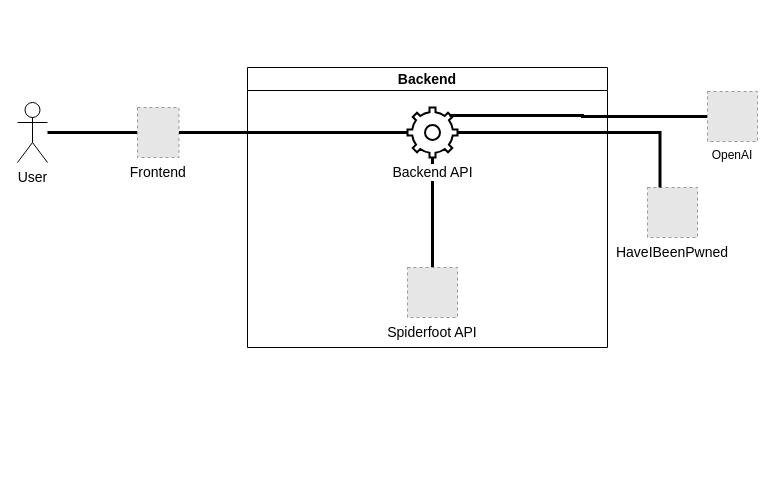
Earlier version of the draw.io diagram documentation/images/Structure.drawio (c-jaenicke/project-aopse). Source tidied: cells renumbered, new cells numbered last; positions are measured from the earlier drawing's top-left corner, leaving out a move shared by most shapes. Both pictures are drawn from the tidied source at 100%, with x=0, y=0 at pixel (17, 67). Pictures stored in the file or linked from it are replaced by grey dashed boxes.
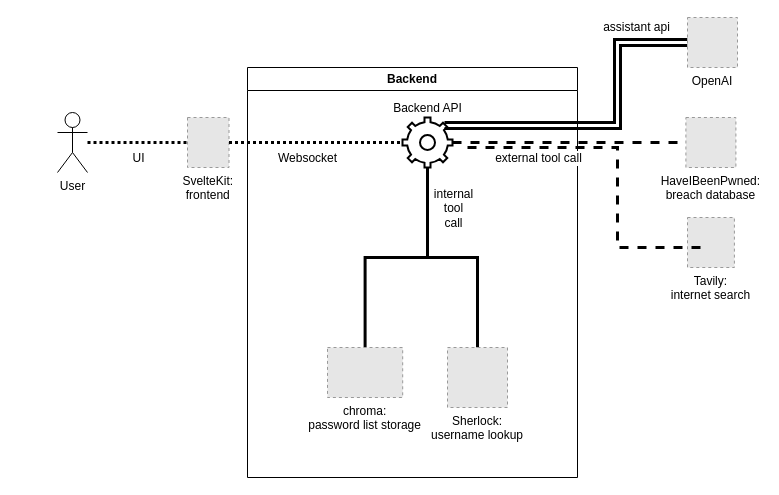
The same page after the edit.

Change to the diagram source:
```diff
@@
-    <mxCell id="2" style="edgeStyle=orthogonalEdgeStyle;rounded=0;jettySize=auto;html=1;entryX=0;entryY=0.5;entryDx=0;entryDy=0;fontSize=14;strokeWidth=3;endArrow=none;endFill=0;" parent="1" edge="1" source="3" target="9">
+    <mxCell id="2" style="edgeStyle=orthogonalEdgeStyle;rounded=0;jettySize=auto;html=1;entryX=0;entryY=0.5;entryDx=0;entryDy=0;fontSize=12;strokeWidth=3;endArrow=none;endFill=0;dashed=1;dashPattern=1 1;" parent="1" edge="1" source="3" target="9">
       <mxGeometry relative="1" as="geometry" />
     </mxCell>
+    <mxCell id="14" value="UI" style="edgeLabel;html=1;align=center;verticalAlign=middle;fontSize=12;" parent="2" vertex="1">
+      <mxGeometry x="-0.32" y="-2" relative="1" as="geometry">
+        <mxPoint x="16" y="13" as="offset" />
+      </mxGeometry>
+    </mxCell>
-    <mxCell id="3" value="User" style="shape=umlActor;verticalLabelPosition=bottom;verticalAlign=top;html=1;outlineConnect=0;fontSize=14;" parent="1" vertex="1">
-      <mxGeometry y="35" width="30" height="60" as="geometry" />
+    <mxCell id="3" value="User" style="shape=umlActor;verticalLabelPosition=bottom;verticalAlign=top;html=1;outlineConnect=0;fontSize=12;" parent="1" vertex="1">
+      <mxGeometry x="40" y="45" width="30" height="60" as="geometry" />
     </mxCell>
-    <mxCell id="4" value="Backend" style="swimlane;whiteSpace=wrap;html=1;fontSize=14;" parent="1" vertex="1">
-      <mxGeometry x="230" width="360" height="280" as="geometry" />
+    <mxCell id="4" value="Backend" style="swimlane;whiteSpace=wrap;html=1;fontSize=12;" parent="1" vertex="1">
+      <mxGeometry x="230" width="330" height="410" as="geometry" />
     </mxCell>
-    <mxCell id="5" style="edgeStyle=orthogonalEdgeStyle;rounded=0;jettySize=auto;html=1;exitX=0.5;exitY=1;exitDx=0;exitDy=0;exitPerimeter=0;entryX=0.5;entryY=0;entryDx=0;entryDy=0;fontSize=14;strokeWidth=3;endArrow=none;endFill=0;" parent="4" edge="1" source="6" target="7">
-      <mxGeometry relative="1" as="geometry" />
-    </mxCell>
+    <mxCell id="15" style="edgeStyle=orthogonalEdgeStyle;rounded=0;jettySize=auto;html=1;exitX=0.5;exitY=1;exitDx=0;exitDy=0;exitPerimeter=0;entryX=0.5;entryY=0;entryDx=0;entryDy=0;strokeWidth=3;endArrow=none;endFill=0;fontSize=12;" parent="4" edge="1" source="6" target="18">
+      <mxGeometry relative="1" as="geometry" />
+    </mxCell>
+    <mxCell id="16" style="edgeStyle=orthogonalEdgeStyle;rounded=0;jettySize=auto;html=1;exitX=0.5;exitY=1;exitDx=0;exitDy=0;exitPerimeter=0;entryX=0.5;entryY=0;entryDx=0;entryDy=0;strokeWidth=3;endArrow=none;endFill=0;fontSize=12;" parent="4" edge="1" source="6" target="19">
+      <mxGeometry relative="1" as="geometry" />
+    </mxCell>
+    <mxCell id="17" value="internal&lt;div style=&quot;font-size: 12px;&quot;&gt;tool&lt;/div&gt;&lt;div style=&quot;font-size: 12px;&quot;&gt;call&lt;/div&gt;" style="edgeLabel;html=1;align=center;verticalAlign=middle;fontSize=12;" parent="16" vertex="1">
+      <mxGeometry x="-0.75" y="3" relative="1" as="geometry">
+        <mxPoint x="22" y="10" as="offset" />
+      </mxGeometry>
+    </mxCell>
-    <mxCell id="6" value="Backend API" style="html=1;verticalLabelPosition=bottom;align=center;labelBackgroundColor=#ffffff;verticalAlign=top;strokeWidth=2;shadow=0;dashed=0;shape=mxgraph.ios7.icons.settings;points=[[0,0.5,0,0,0],[0.12,0.16,0,0,0],[0.12,0.84,0,0,0],[0.5,0,0,0,0],[0.5,1,0,0,0],[0.84,0.16,0,0,0],[0.88,0.88,0,0,0],[1,0.5,0,0,0]];fontSize=14;" parent="4" vertex="1">
-      <mxGeometry x="160" y="40" width="50" height="50" as="geometry" />
+    <mxCell id="6" value="Backend API" style="html=1;verticalLabelPosition=top;align=center;labelBackgroundColor=#ffffff;verticalAlign=bottom;strokeWidth=2;shadow=0;dashed=0;shape=mxgraph.ios7.icons.settings;points=[[0,0.5,0,0,0],[0.12,0.16,0,0,0],[0.12,0.84,0,0,0],[0.5,0,0,0,0],[0.5,1,0,0,0],[0.84,0.16,0,0,0],[0.88,0.88,0,0,0],[1,0.5,0,0,0]];fontSize=12;labelPosition=center;" parent="4" vertex="1">
+      <mxGeometry x="155" y="50" width="50" height="50" as="geometry" />
     </mxCell>
-    <mxCell id="7" value="Spiderfoot API" style="fillColor=#E6E6E6;strokeColor=#999999;dashed=1;verticalLabelPosition=bottom;labelBackgroundColor=default;verticalAlign=top;fontSize=14;" parent="4" vertex="1">
-      <mxGeometry x="160" y="200" width="50" height="50" as="geometry" />
-    </mxCell>
+    <mxCell id="18" value="Sherlock:&#10;username lookup" style="fillColor=#E6E6E6;strokeColor=#999999;dashed=1;verticalLabelPosition=bottom;labelBackgroundColor=default;verticalAlign=top;fontSize=12;" parent="4" vertex="1">
+      <mxGeometry x="200" y="280" width="60" height="60" as="geometry" />
+    </mxCell>
+    <mxCell id="19" value="chroma:&#10;password list storage" style="fillColor=#E6E6E6;strokeColor=#999999;dashed=1;verticalLabelPosition=bottom;labelBackgroundColor=default;verticalAlign=top;fontSize=12;" parent="4" vertex="1">
+      <mxGeometry x="80" y="280" width="75.2" height="50" as="geometry" />
+    </mxCell>
-    <mxCell id="8" value="HaveIBeenPwned" style="fillColor=#E6E6E6;strokeColor=#999999;dashed=1;verticalLabelPosition=bottom;labelBackgroundColor=default;verticalAlign=top;fontSize=14;" parent="1" vertex="1">
-      <mxGeometry x="630" y="120" width="50" height="50" as="geometry" />
+    <mxCell id="8" value="HaveIBeenPwned:&#10;breach database" style="fillColor=#E6E6E6;strokeColor=#999999;dashed=1;verticalLabelPosition=bottom;labelBackgroundColor=default;verticalAlign=top;fontSize=12;" parent="1" vertex="1">
+      <mxGeometry x="668.4" y="50" width="50" height="50" as="geometry" />
     </mxCell>
-    <mxCell id="9" value="Frontend" style="fillColor=#E6E6E6;strokeColor=#999999;dashed=1;verticalLabelPosition=bottom;labelBackgroundColor=default;verticalAlign=top;fontSize=14;" parent="1" vertex="1">
-      <mxGeometry x="120" y="40" width="41.5" height="50" as="geometry" />
+    <mxCell id="9" value="SvelteKit:&#10;frontend" style="fillColor=#E6E6E6;strokeColor=#999999;dashed=1;verticalLabelPosition=bottom;labelBackgroundColor=default;verticalAlign=top;fontSize=12;" parent="1" vertex="1">
+      <mxGeometry x="170" y="50" width="41.5" height="50" as="geometry" />
     </mxCell>
-    <mxCell id="10" style="edgeStyle=orthogonalEdgeStyle;rounded=0;jettySize=auto;html=1;entryX=0;entryY=0.5;entryDx=0;entryDy=0;entryPerimeter=0;fontSize=14;strokeWidth=3;endArrow=none;endFill=0;" parent="1" edge="1" source="9" target="6">
+    <mxCell id="10" style="edgeStyle=orthogonalEdgeStyle;rounded=0;jettySize=auto;html=1;entryX=0;entryY=0.5;entryDx=0;entryDy=0;entryPerimeter=0;fontSize=12;strokeWidth=3;endArrow=none;endFill=0;dashed=1;dashPattern=1 1;" parent="1" edge="1" source="9" target="6">
       <mxGeometry relative="1" as="geometry" />
     </mxCell>
+    <mxCell id="20" value="Websocket" style="edgeLabel;html=1;align=center;verticalAlign=middle;fontSize=12;" parent="10" vertex="1">
+      <mxGeometry x="-0.49" y="-4" relative="1" as="geometry">
+        <mxPoint x="34" y="11" as="offset" />
+      </mxGeometry>
+    </mxCell>
-    <mxCell id="11" style="edgeStyle=orthogonalEdgeStyle;rounded=0;jettySize=auto;html=1;exitX=0.84;exitY=0.16;exitDx=0;exitDy=0;exitPerimeter=0;entryX=0;entryY=0.5;entryDx=0;entryDy=0;fontSize=14;strokeWidth=3;endArrow=none;endFill=0;" parent="1" edge="1" source="6" target="13">
-      <mxGeometry relative="1" as="geometry" />
+    <mxCell id="11" style="edgeStyle=orthogonalEdgeStyle;rounded=0;jettySize=auto;html=1;entryX=0;entryY=0.5;entryDx=0;entryDy=0;fontSize=12;strokeWidth=3;endArrow=none;endFill=0;exitX=0.84;exitY=0.16;exitDx=0;exitDy=0;exitPerimeter=0;shape=link;" parent="1" edge="1" source="6" target="13">
+      <mxGeometry relative="1" as="geometry">
+        <Array as="points">
+          <mxPoint x="600" y="58" />
+          <mxPoint x="600" y="-25" />
+        </Array>
+      </mxGeometry>
     </mxCell>
+    <mxCell id="21" value="assistant api" style="edgeLabel;html=1;align=center;verticalAlign=middle;fontSize=12;" parent="11" vertex="1">
+      <mxGeometry x="0.54" relative="1" as="geometry">
+        <mxPoint x="18" y="-21" as="offset" />
+      </mxGeometry>
+    </mxCell>
-    <mxCell id="12" style="edgeStyle=orthogonalEdgeStyle;rounded=0;jettySize=auto;html=1;exitX=1;exitY=0.5;exitDx=0;exitDy=0;exitPerimeter=0;entryX=0.25;entryY=0;entryDx=0;entryDy=0;fontSize=14;strokeWidth=3;endArrow=none;endFill=0;" parent="1" edge="1" source="6" target="8">
+    <mxCell id="12" style="edgeStyle=orthogonalEdgeStyle;rounded=0;jettySize=auto;html=1;exitX=1;exitY=0.5;exitDx=0;exitDy=0;exitPerimeter=0;entryX=0;entryY=0.5;entryDx=0;entryDy=0;fontSize=12;strokeWidth=3;endArrow=none;endFill=0;dashed=1;" parent="1" edge="1" source="6" target="8">
       <mxGeometry relative="1" as="geometry" />
     </mxCell>
-    <mxCell id="13" value="OpenAI" style="fillColor=#E6E6E6;strokeColor=#999999;dashed=1;verticalLabelPosition=bottom;labelBackgroundColor=default;verticalAlign=top;" parent="1" vertex="1">
-      <mxGeometry x="690" y="24" width="50" height="50" as="geometry" />
+    <mxCell id="13" value="OpenAI" style="fillColor=#E6E6E6;strokeColor=#999999;dashed=1;verticalLabelPosition=bottom;labelBackgroundColor=default;verticalAlign=top;fontSize=12;" parent="1" vertex="1">
+      <mxGeometry x="670" y="-50" width="50" height="50" as="geometry" />
     </mxCell>
+    <mxCell id="22" value="Tavily:&#10;internet search" style="fillColor=#E6E6E6;strokeColor=#999999;dashed=1;verticalLabelPosition=bottom;labelBackgroundColor=default;verticalAlign=top;fontSize=12;" parent="1" vertex="1">
+      <mxGeometry x="670" y="150" width="46.9" height="50" as="geometry" />
+    </mxCell>
+    <mxCell id="23" style="edgeStyle=orthogonalEdgeStyle;rounded=0;orthogonalLoop=1;jettySize=auto;html=1;exitX=1;exitY=0.5;exitDx=0;exitDy=0;exitPerimeter=0;entryX=0;entryY=0.5;entryDx=0;entryDy=0;strokeWidth=3;endArrow=none;endFill=0;dashed=1;fontSize=12;" parent="1" edge="1">
+      <mxGeometry relative="1" as="geometry">
+        <mxPoint x="450" y="80" as="sourcePoint" />
+        <mxPoint x="685" y="180" as="targetPoint" />
+        <Array as="points">
+          <mxPoint x="600" y="80" />
+          <mxPoint x="600" y="180" />
+        </Array>
+      </mxGeometry>
+    </mxCell>
+    <mxCell id="24" value="external tool call" style="edgeLabel;html=1;align=center;verticalAlign=middle;fontSize=12;" parent="23" vertex="1">
+      <mxGeometry x="-0.6" y="2" relative="1" as="geometry">
+        <mxPoint x="3" y="12" as="offset" />
+      </mxGeometry>
+    </mxCell>
```
